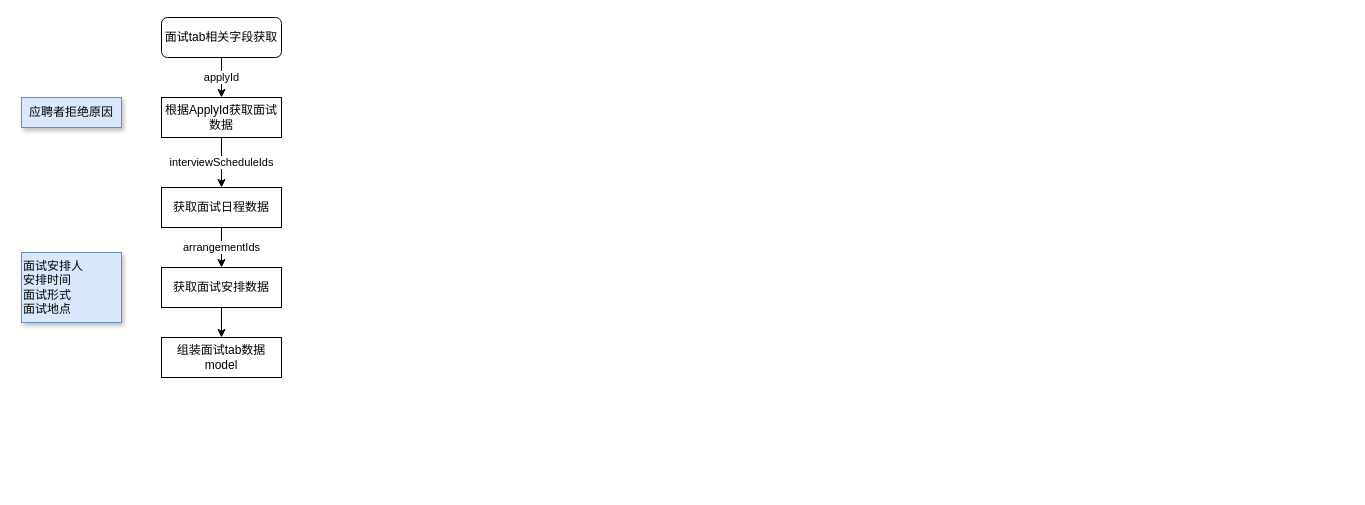
Above: 未命名绘图.drawio in mozhu33/Diagrams (draw.io), before the change. Source tidied: cells renumbered, new cells numbered last; positions are measured from the earlier drawing's top-left corner, leaving out a move shared by most shapes. Both pictures are drawn from the tidied source at 100%, with x=0, y=0 at pixel (21, 17).
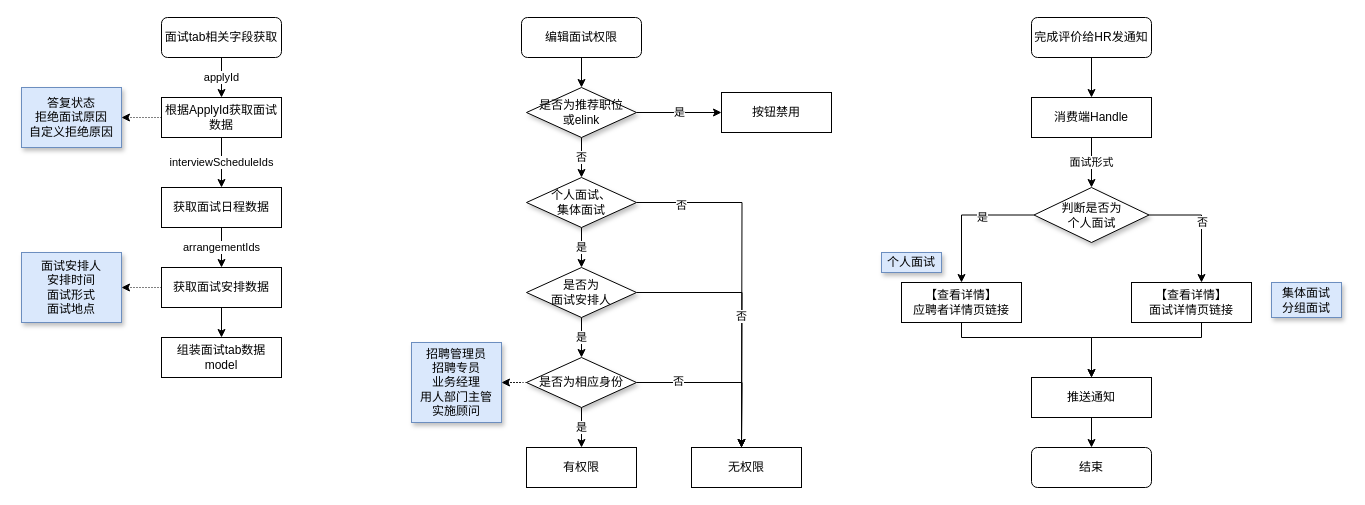
Above is the later version.

Commit message:
渡江七期-面试优化.drawio

Unchanged cells that the change refers to:
```xml
<mxCell id="5" value="根据ApplyId获取面试数据" style="rounded=0;whiteSpace=wrap;html=1;" parent="1" vertex="1">
  <mxGeometry x="140" y="80" width="120" height="40" as="geometry" />
</mxCell>
<mxCell id="9" value="获取面试安排数据" style="rounded=0;whiteSpace=wrap;html=1;" parent="1" vertex="1">
  <mxGeometry x="140" y="250" width="120" height="40" as="geometry" />
</mxCell>
```

Diff of the diagram source:
```diff
@@
+    <mxCell id="13" style="edgeStyle=orthogonalEdgeStyle;rounded=0;jettySize=auto;html=1;dashed=1;dashPattern=1 2;" parent="1" edge="1" source="5" target="11">
+      <mxGeometry relative="1" as="geometry" />
+    </mxCell>
@@
+    <mxCell id="14" style="edgeStyle=orthogonalEdgeStyle;rounded=0;jettySize=auto;html=1;dashed=1;dashPattern=1 2;" parent="1" edge="1" source="9" target="12">
+      <mxGeometry relative="1" as="geometry" />
+    </mxCell>
@@
-    <mxCell id="11" value="应聘者拒绝原因" style="text;html=1;strokeColor=#6c8ebf;fillColor=#dae8fc;align=center;verticalAlign=middle;whiteSpace=wrap;rounded=0;shadow=1;" parent="1" vertex="1">
-      <mxGeometry y="80" width="100" height="30" as="geometry" />
+    <mxCell id="11" value="答复状态&lt;br&gt;拒绝面试原因&lt;br&gt;自定义拒绝原因" style="text;html=1;strokeColor=#6c8ebf;fillColor=#dae8fc;align=center;verticalAlign=middle;whiteSpace=wrap;rounded=0;shadow=1;" parent="1" vertex="1">
+      <mxGeometry y="70" width="100" height="60" as="geometry" />
     </mxCell>
-    <mxCell id="12" value="面试安排人&lt;br&gt;&lt;div&gt;&lt;span&gt;安排时间&lt;/span&gt;&lt;/div&gt;面试形式&lt;br&gt;面试地点" style="text;html=1;strokeColor=#6c8ebf;fillColor=#dae8fc;align=left;verticalAlign=middle;whiteSpace=wrap;rounded=0;shadow=1;" parent="1" vertex="1">
+    <mxCell id="12" value="面试安排人&lt;br&gt;&lt;div&gt;&lt;span&gt;安排时间&lt;/span&gt;&lt;/div&gt;面试形式&lt;br&gt;面试地点" style="text;html=1;strokeColor=#6c8ebf;fillColor=#dae8fc;align=center;verticalAlign=middle;whiteSpace=wrap;rounded=0;shadow=1;" parent="1" vertex="1">
       <mxGeometry y="235" width="100" height="70" as="geometry" />
     </mxCell>
+    <mxCell id="15" style="edgeStyle=orthogonalEdgeStyle;rounded=0;jettySize=auto;html=1;" parent="1" edge="1" source="16" target="34">
+      <mxGeometry relative="1" as="geometry" />
+    </mxCell>
+    <mxCell id="16" value="编辑面试权限" style="rounded=1;whiteSpace=wrap;html=1;" parent="1" vertex="1">
+      <mxGeometry x="500" width="120" height="40" as="geometry" />
+    </mxCell>
+    <mxCell id="17" value="是" style="edgeStyle=orthogonalEdgeStyle;rounded=0;jettySize=auto;html=1;" parent="1" edge="1" source="20" target="25">
+      <mxGeometry relative="1" as="geometry" />
+    </mxCell>
+    <mxCell id="18" style="edgeStyle=orthogonalEdgeStyle;rounded=0;jettySize=auto;html=1;" parent="1" edge="1" source="20">
+      <mxGeometry relative="1" as="geometry">
+        <mxPoint x="720" y="430" as="targetPoint" />
+      </mxGeometry>
+    </mxCell>
+    <mxCell id="19" value="否" style="edgeLabel;html=1;align=center;verticalAlign=middle;" parent="18" vertex="1">
+      <mxGeometry x="-0.75" y="-2" relative="1" as="geometry" />
+    </mxCell>
+    <mxCell id="20" value="个人面试、&lt;br&gt;集体面试" style="rhombus;whiteSpace=wrap;html=1;shadow=1;" parent="1" vertex="1">
+      <mxGeometry x="505" y="160" width="110" height="50" as="geometry" />
+    </mxCell>
+    <mxCell id="21" value="有权限" style="rounded=0;whiteSpace=wrap;html=1;" parent="1" vertex="1">
+      <mxGeometry x="505" y="430" width="110" height="40" as="geometry" />
+    </mxCell>
+    <mxCell id="22" value="无权限" style="rounded=0;whiteSpace=wrap;html=1;" parent="1" vertex="1">
+      <mxGeometry x="670" y="430" width="110" height="40" as="geometry" />
+    </mxCell>
+    <mxCell id="23" value="是" style="edgeStyle=orthogonalEdgeStyle;rounded=0;jettySize=auto;html=1;" parent="1" edge="1" source="25" target="30">
+      <mxGeometry relative="1" as="geometry" />
+    </mxCell>
+    <mxCell id="24" value="否" style="edgeStyle=orthogonalEdgeStyle;rounded=0;jettySize=auto;html=1;" parent="1" edge="1" source="25">
+      <mxGeometry relative="1" as="geometry">
+        <mxPoint x="720" y="430" as="targetPoint" />
+      </mxGeometry>
+    </mxCell>
+    <mxCell id="25" value="是否为&lt;br&gt;面试安排人" style="rhombus;whiteSpace=wrap;html=1;shadow=1;" parent="1" vertex="1">
+      <mxGeometry x="505" y="250" width="110" height="50" as="geometry" />
+    </mxCell>
+    <mxCell id="26" value="是" style="edgeStyle=orthogonalEdgeStyle;rounded=0;jettySize=auto;html=1;" parent="1" edge="1" source="30" target="21">
+      <mxGeometry relative="1" as="geometry" />
+    </mxCell>
+    <mxCell id="27" style="edgeStyle=orthogonalEdgeStyle;rounded=0;jettySize=auto;html=1;" parent="1" edge="1" source="30">
+      <mxGeometry relative="1" as="geometry">
+        <mxPoint x="720" y="430" as="targetPoint" />
+      </mxGeometry>
+    </mxCell>
+    <mxCell id="28" value="否" style="edgeLabel;html=1;align=center;verticalAlign=middle;" parent="27" vertex="1">
+      <mxGeometry x="-0.52" y="2" relative="1" as="geometry" />
+    </mxCell>
+    <mxCell id="29" style="edgeStyle=orthogonalEdgeStyle;rounded=0;jettySize=auto;html=1;dashed=1;dashPattern=1 2;" parent="1" edge="1" source="30" target="31">
+      <mxGeometry relative="1" as="geometry" />
+    </mxCell>
+    <mxCell id="30" value="是否为相应身份" style="rhombus;whiteSpace=wrap;html=1;shadow=1;" parent="1" vertex="1">
+      <mxGeometry x="505" y="340" width="110" height="50" as="geometry" />
+    </mxCell>
+    <mxCell id="31" value="招聘管理员&lt;br&gt;招聘专员&lt;br&gt;业务经理&lt;br&gt;用人部门主管&lt;br&gt;实施顾问" style="text;html=1;strokeColor=#6c8ebf;fillColor=#dae8fc;align=center;verticalAlign=middle;whiteSpace=wrap;rounded=0;shadow=1;" parent="1" vertex="1">
+      <mxGeometry x="390" y="325" width="90" height="80" as="geometry" />
+    </mxCell>
+    <mxCell id="32" value="否" style="edgeStyle=orthogonalEdgeStyle;rounded=0;jettySize=auto;html=1;" parent="1" edge="1" source="34" target="20">
+      <mxGeometry relative="1" as="geometry" />
+    </mxCell>
+    <mxCell id="33" value="是" style="edgeStyle=orthogonalEdgeStyle;rounded=0;jettySize=auto;html=1;" parent="1" edge="1" source="34" target="35">
+      <mxGeometry relative="1" as="geometry" />
+    </mxCell>
+    <mxCell id="34" value="是否为推荐职位&lt;br&gt;或elink" style="rhombus;whiteSpace=wrap;html=1;shadow=1;" parent="1" vertex="1">
+      <mxGeometry x="505" y="70" width="110" height="50" as="geometry" />
+    </mxCell>
+    <mxCell id="35" value="按钮禁用" style="rounded=0;whiteSpace=wrap;html=1;" parent="1" vertex="1">
+      <mxGeometry x="700" y="75" width="110" height="40" as="geometry" />
+    </mxCell>
+    <mxCell id="36" style="edgeStyle=orthogonalEdgeStyle;rounded=0;jettySize=auto;html=1;" parent="1" edge="1" source="37" target="39">
+      <mxGeometry relative="1" as="geometry" />
+    </mxCell>
+    <mxCell id="37" value="完成评价给HR发通知" style="rounded=1;whiteSpace=wrap;html=1;" parent="1" vertex="1">
+      <mxGeometry x="1010" width="120" height="40" as="geometry" />
+    </mxCell>
+    <mxCell id="38" value="面试形式" style="edgeStyle=orthogonalEdgeStyle;rounded=0;jettySize=auto;html=1;" parent="1" edge="1" source="39" target="44">
+      <mxGeometry relative="1" as="geometry" />
+    </mxCell>
+    <mxCell id="39" value="消费端Handle" style="rounded=0;whiteSpace=wrap;html=1;" parent="1" vertex="1">
+      <mxGeometry x="1010" y="80" width="120" height="40" as="geometry" />
+    </mxCell>
+    <mxCell id="40" style="edgeStyle=orthogonalEdgeStyle;rounded=0;jettySize=auto;html=1;" parent="1" edge="1" source="44" target="46">
+      <mxGeometry relative="1" as="geometry" />
+    </mxCell>
+    <mxCell id="41" value="是" style="edgeLabel;html=1;align=center;verticalAlign=middle;" parent="40" vertex="1">
+      <mxGeometry x="-0.25" y="2" relative="1" as="geometry">
+        <mxPoint x="1" as="offset" />
+      </mxGeometry>
+    </mxCell>
+    <mxCell id="42" style="edgeStyle=orthogonalEdgeStyle;rounded=0;jettySize=auto;html=1;" parent="1" edge="1" source="44" target="48">
+      <mxGeometry relative="1" as="geometry">
+        <Array as="points">
+          <mxPoint x="1180" y="198" />
+        </Array>
+      </mxGeometry>
+    </mxCell>
+    <mxCell id="43" value="否" style="edgeLabel;html=1;align=center;verticalAlign=middle;" parent="42" vertex="1">
+      <mxGeometry x="-0.02" relative="1" as="geometry" />
+    </mxCell>
+    <mxCell id="44" value="判断是否为&lt;br&gt;个人面试" style="rhombus;whiteSpace=wrap;html=1;shadow=1;" parent="1" vertex="1">
+      <mxGeometry x="1012.5" y="170" width="115" height="55" as="geometry" />
+    </mxCell>
+    <mxCell id="45" style="edgeStyle=orthogonalEdgeStyle;rounded=0;jettySize=auto;html=1;" parent="1" edge="1" source="46" target="50">
+      <mxGeometry relative="1" as="geometry">
+        <Array as="points">
+          <mxPoint x="940" y="320" />
+          <mxPoint x="1070" y="320" />
+        </Array>
+      </mxGeometry>
+    </mxCell>
+    <mxCell id="46" value="【查看详情】&lt;br&gt;应聘者详情页链接" style="rounded=0;whiteSpace=wrap;html=1;" parent="1" vertex="1">
+      <mxGeometry x="880" y="265" width="120" height="40" as="geometry" />
+    </mxCell>
+    <mxCell id="47" style="edgeStyle=orthogonalEdgeStyle;rounded=0;jettySize=auto;html=1;entryX=0.5;entryY=0;entryDx=0;entryDy=0;" parent="1" edge="1" source="48" target="50">
+      <mxGeometry relative="1" as="geometry">
+        <Array as="points">
+          <mxPoint x="1180" y="320" />
+          <mxPoint x="1070" y="320" />
+        </Array>
+      </mxGeometry>
+    </mxCell>
+    <mxCell id="48" value="【查看详情】&lt;br&gt;面试详情页链接" style="rounded=0;whiteSpace=wrap;html=1;" parent="1" vertex="1">
+      <mxGeometry x="1110" y="265" width="120" height="40" as="geometry" />
+    </mxCell>
+    <mxCell id="49" style="edgeStyle=orthogonalEdgeStyle;rounded=0;jettySize=auto;html=1;" parent="1" edge="1" source="50" target="51">
+      <mxGeometry relative="1" as="geometry" />
+    </mxCell>
+    <mxCell id="50" value="推送通知" style="rounded=0;whiteSpace=wrap;html=1;" parent="1" vertex="1">
+      <mxGeometry x="1010" y="360" width="120" height="40" as="geometry" />
+    </mxCell>
+    <mxCell id="51" value="结束" style="rounded=1;whiteSpace=wrap;html=1;" parent="1" vertex="1">
+      <mxGeometry x="1010" y="430" width="120" height="40" as="geometry" />
+    </mxCell>
+    <mxCell id="52" value="个人面试" style="text;html=1;strokeColor=#6c8ebf;fillColor=#dae8fc;align=center;verticalAlign=middle;whiteSpace=wrap;rounded=0;shadow=1;" parent="1" vertex="1">
+      <mxGeometry x="860" y="235" width="60" height="20" as="geometry" />
+    </mxCell>
+    <mxCell id="53" value="集体面试&lt;br&gt;分组面试" style="text;html=1;strokeColor=#6c8ebf;fillColor=#dae8fc;align=center;verticalAlign=middle;whiteSpace=wrap;rounded=0;shadow=1;" parent="1" vertex="1">
+      <mxGeometry x="1250" y="265" width="70" height="35" as="geometry" />
+    </mxCell>
```
